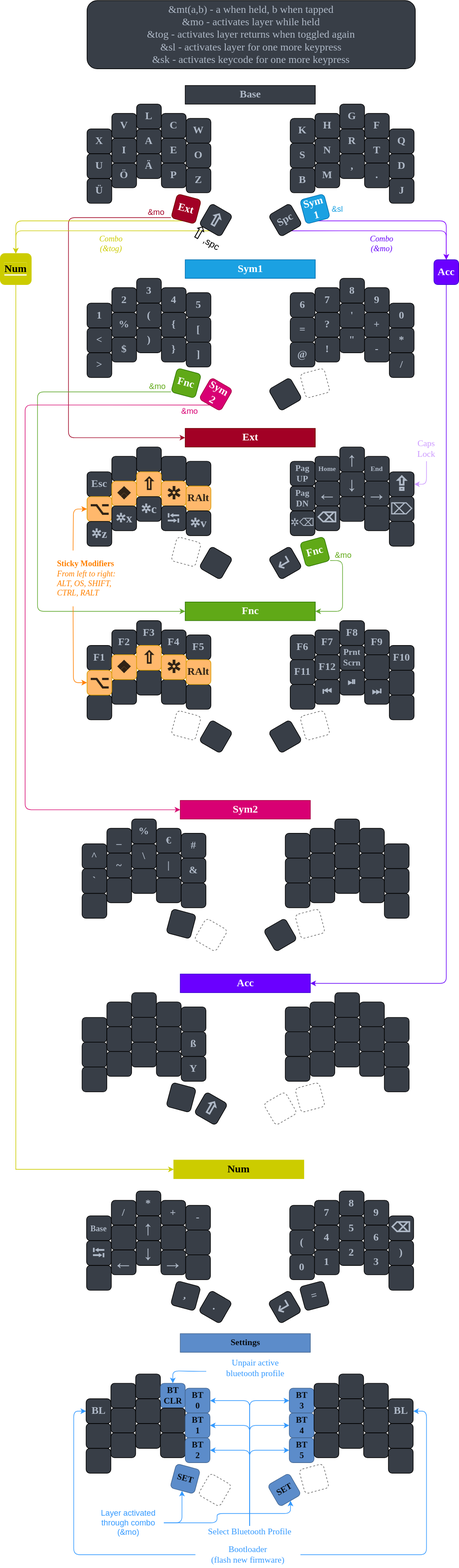
Earlier version of the draw.io export Layout/Sweepd_Neo2.svg (hoyohayo/zmk-config). Source tidied: cells renumbered, new cells last; positions are measured from the earlier drawing's top-left corner, leaving out a move shared by most shapes.
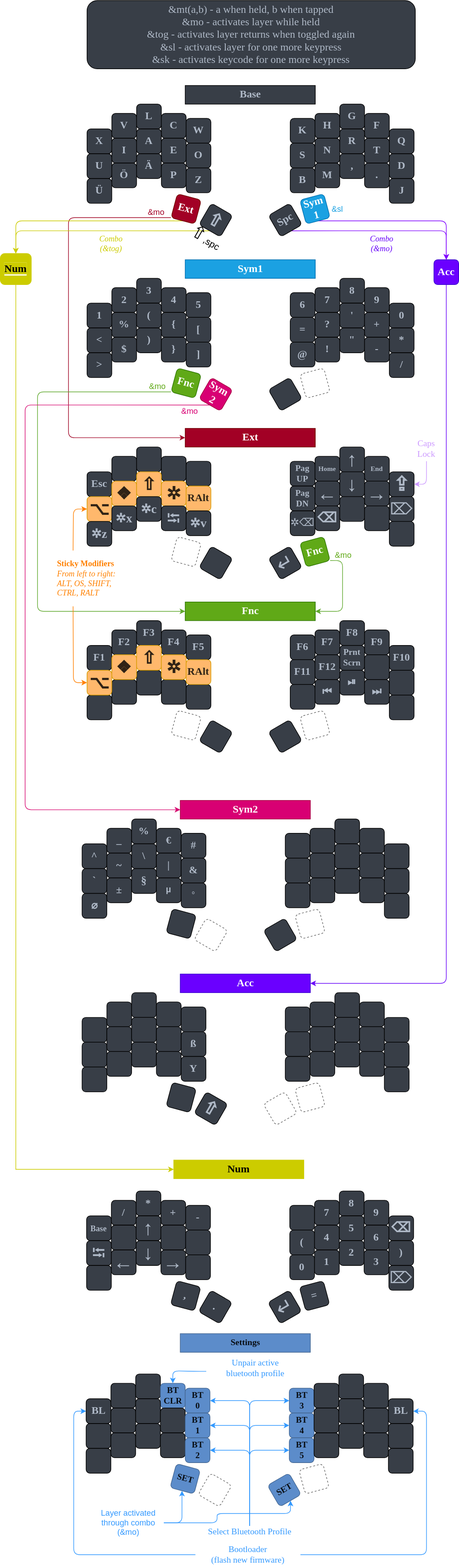
After the change.

Change to the diagram source:
```diff
@@ -658,19 +658,19 @@
     <mxCell id="209" value="&amp;amp;" style="whiteSpace=wrap;html=1;fontSize=17;fontFamily=Verdana;fontStyle=1;fontColor=#AFB9C7;fillColor=#383E47;rounded=1;" parent="1" vertex="1">
       <mxGeometry x="292" y="1383" width="40" height="40" as="geometry" />
     </mxCell>
-    <mxCell id="210" style="whiteSpace=wrap;html=1;fontSize=17;fontFamily=Verdana;fontStyle=1;fontColor=#AFB9C7;fillColor=#383E47;rounded=1;" parent="1" vertex="1">
+    <mxCell id="210" value="&lt;b&gt;⌀&lt;/b&gt;" style="whiteSpace=wrap;html=1;fontSize=17;fontFamily=Verdana;fontStyle=1;fontColor=#AFB9C7;fillColor=#383E47;rounded=1;" parent="1" vertex="1">
       <mxGeometry x="132" y="1440" width="40" height="40" as="geometry" />
     </mxCell>
-    <mxCell id="211" style="whiteSpace=wrap;html=1;fontSize=17;fontFamily=Verdana;fontStyle=1;fontColor=#AFB9C7;fillColor=#383E47;rounded=1;" parent="1" vertex="1">
+    <mxCell id="211" value="±" style="whiteSpace=wrap;html=1;fontSize=17;fontFamily=Verdana;fontStyle=1;fontColor=#AFB9C7;fillColor=#383E47;rounded=1;" parent="1" vertex="1">
       <mxGeometry x="172" y="1415" width="40" height="40" as="geometry" />
     </mxCell>
-    <mxCell id="212" style="whiteSpace=wrap;html=1;fontSize=17;fontFamily=Verdana;fontStyle=1;fontColor=#AFB9C7;fillColor=#383E47;rounded=1;" parent="1" vertex="1">
+    <mxCell id="212" value="&lt;span style=&quot;font-size: large&quot;&gt;§&lt;/span&gt;" style="whiteSpace=wrap;html=1;fontSize=17;fontFamily=Verdana;fontStyle=1;fontColor=#AFB9C7;fillColor=#383E47;rounded=1;" parent="1" vertex="1">
       <mxGeometry x="212" y="1400" width="40" height="40" as="geometry" />
     </mxCell>
-    <mxCell id="213" style="whiteSpace=wrap;html=1;fontSize=17;fontFamily=Verdana;fontStyle=1;fontColor=#AFB9C7;fillColor=#383E47;rounded=1;" parent="1" vertex="1">
+    <mxCell id="213" value="&lt;div style=&quot;font-family: &amp;#34;consolas&amp;#34; , &amp;#34;courier new&amp;#34; , monospace ; font-size: 14px ; line-height: 19px&quot;&gt;µ&lt;/div&gt;" style="whiteSpace=wrap;html=1;fontSize=17;fontFamily=Verdana;fontStyle=1;fontColor=#AFB9C7;fillColor=#383E47;rounded=1;" parent="1" vertex="1">
       <mxGeometry x="252" y="1415" width="40" height="40" as="geometry" />
     </mxCell>
-    <mxCell id="214" style="whiteSpace=wrap;html=1;fontSize=17;fontFamily=Verdana;fontStyle=1;fontColor=#AFB9C7;fillColor=#383E47;rounded=1;" parent="1" vertex="1">
+    <mxCell id="214" value="&lt;div style=&quot;font-family: &amp;#34;consolas&amp;#34; , &amp;#34;courier new&amp;#34; , monospace ; font-weight: normal ; font-size: 14px ; line-height: 19px&quot;&gt;°&lt;/div&gt;" style="whiteSpace=wrap;html=1;fontSize=17;fontFamily=Verdana;fontStyle=1;fontColor=#AFB9C7;fillColor=#383E47;rounded=1;" parent="1" vertex="1">
       <mxGeometry x="292" y="1423" width="40" height="40" as="geometry" />
     </mxCell>
     <mxCell id="215" style="whiteSpace=wrap;html=1;rotation=15;fontSize=17;fontFamily=Verdana;fontStyle=1;fontColor=#AFB9C7;fillColor=#383E47;rounded=1;" parent="1" vertex="1">
@@ -846,7 +846,7 @@
     <mxCell id="270" value="3" style="whiteSpace=wrap;html=1;fontSize=17;fontFamily=Verdana;fontStyle=1;fontColor=#AFB9C7;fillColor=#383E47;rounded=1;" parent="1" vertex="1">
       <mxGeometry x="587.2" y="2015" width="40" height="40" as="geometry" />
     </mxCell>
-    <mxCell id="271" style="whiteSpace=wrap;html=1;fontSize=17;fontFamily=Verdana;fontStyle=1;fontColor=#AFB9C7;fillColor=#383E47;rounded=1;" parent="1" vertex="1">
+    <mxCell id="271" value="&lt;span style=&quot;font-family: &amp;#34;segoe ui emoji&amp;#34; , &amp;#34;apple color emoji&amp;#34; , &amp;#34;noto color emoji&amp;#34; ; font-size: 26px ; font-weight: 400&quot;&gt;⌦&lt;/span&gt;" style="whiteSpace=wrap;html=1;fontSize=17;fontFamily=Verdana;fontStyle=1;fontColor=#AFB9C7;fillColor=#383E47;rounded=1;" parent="1" vertex="1">
       <mxGeometry x="627.2" y="2040" width="40" height="40" as="geometry" />
     </mxCell>
     <mxCell id="272" value="&lt;span style=&quot;font-family: &amp;quot;segoe ui emoji&amp;quot;, &amp;quot;apple color emoji&amp;quot;, &amp;quot;noto color emoji&amp;quot;; font-size: 32px; font-weight: 400;&quot;&gt;↵&lt;/span&gt;" style="whiteSpace=wrap;html=1;rotation=-30;fontSize=17;fontFamily=Verdana;fontStyle=1;fontColor=#AFB9C7;fillColor=#383E47;strokeColor=default;rounded=1;shadow=0;glass=0;sketch=0;" parent="1" vertex="1">
```
